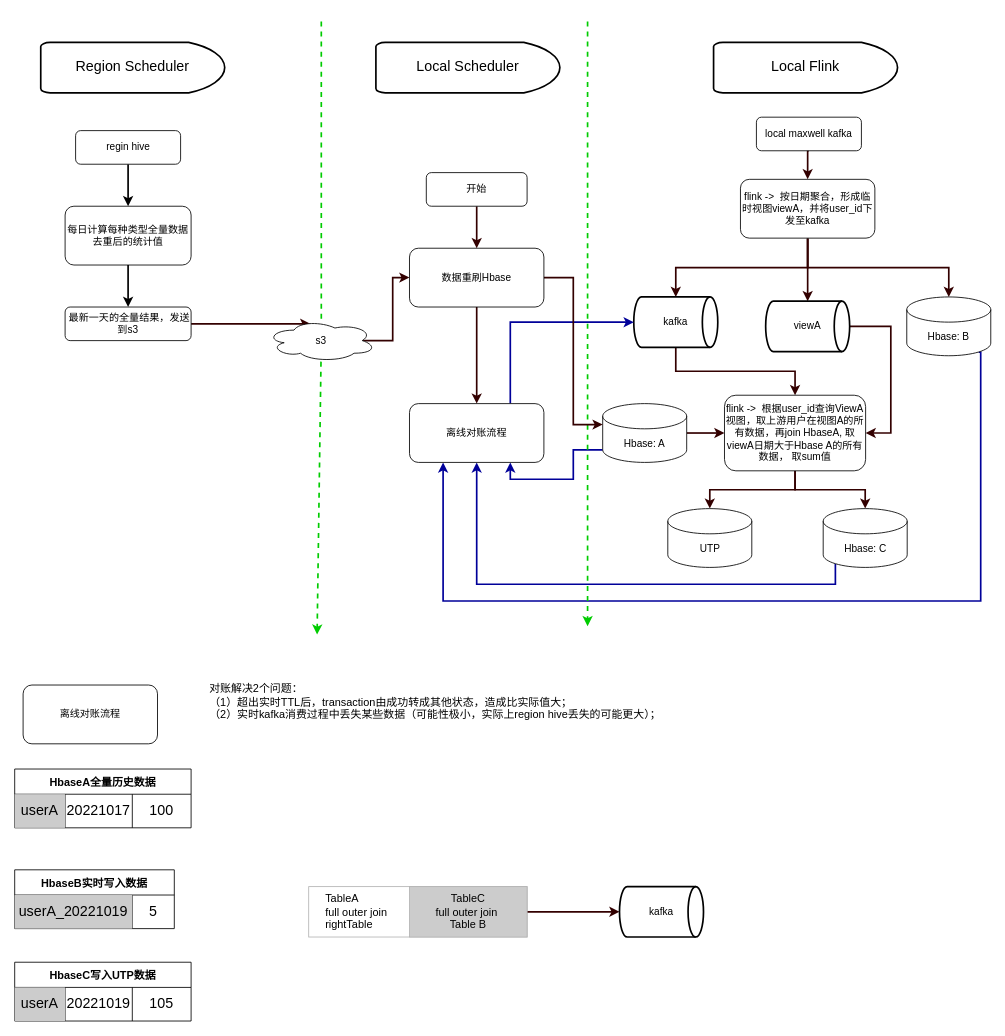
The draw.io diagram 未命名绘图.drawio in LadyTao/flink-study, before the edit. Source tidied: cells renumbered, new cells numbered last; positions are measured from the earlier drawing's top-left corner, leaving out a move shared by most shapes. Both pictures are drawn from the tidied source at 84%, with x=0, y=0 at pixel (14, 21).
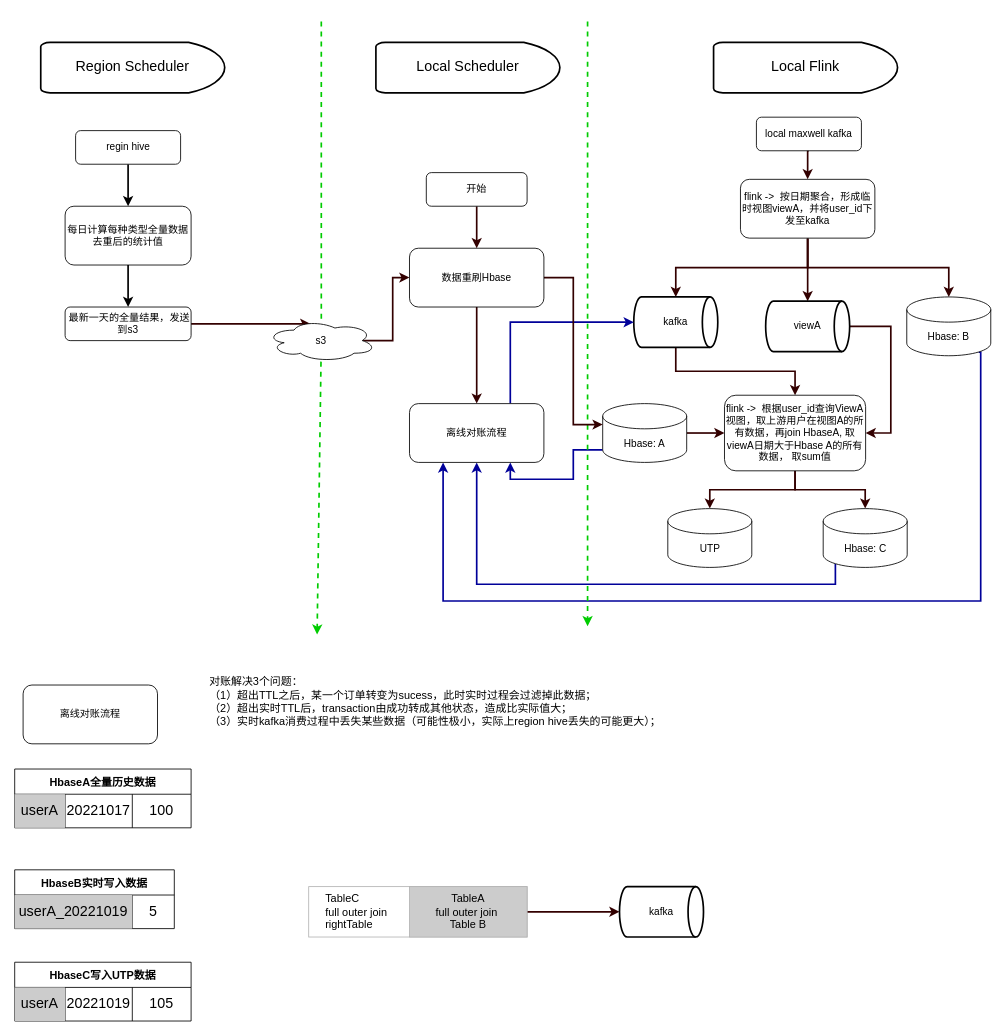
The same page after the edit.

Commit message:
更新未命名绘图.drawio

The edit, as a diff of the source:
```diff
@@
-    <mxCell id="2" value="&amp;nbsp; &amp;nbsp; &amp;nbsp;TableA&amp;nbsp;&lt;br&gt;&amp;nbsp; &amp;nbsp; &amp;nbsp;full outer join&amp;nbsp;&lt;br&gt;&amp;nbsp; &amp;nbsp; &amp;nbsp;rightTable" style="rounded=0;whiteSpace=wrap;html=1;strokeColor=#B3B3B3;fontSize=13;fillColor=default;align=left;" parent="1" vertex="1">
+    <mxCell id="2" value="&amp;nbsp; &amp;nbsp; &amp;nbsp;TableC&amp;nbsp;&lt;br&gt;&amp;nbsp; &amp;nbsp; &amp;nbsp;full outer join&amp;nbsp;&lt;br&gt;&amp;nbsp; &amp;nbsp; &amp;nbsp;rightTable" style="rounded=0;whiteSpace=wrap;html=1;strokeColor=#B3B3B3;fontSize=13;fillColor=default;align=left;" parent="1" vertex="1">
       <mxGeometry x="350" y="1030" width="260" height="60" as="geometry" />
     </mxCell>
@@
-    <mxCell id="60" value="对账解决2个问题：&lt;br&gt;（1）超出实时TTL后，transaction由成功转成其他状态，造成比实际值大；&lt;br&gt;（2）实时kafka消费过程中丢失某些数据（可能性极小，实际上region hive丢失的可能更大）；&lt;br&gt;" style="text;html=1;align=left;verticalAlign=middle;fillColor=none;strokeColor=none;rounded=0;fontSize=13;" parent="1" vertex="1">
-      <mxGeometry x="230" y="780" width="570" height="60" as="geometry" />
+    <mxCell id="60" value="对账解决3个问题：&lt;br&gt;（1）超出TTL之后，某一个订单转变为sucess，此时实时过程会过滤掉此数据；&lt;br&gt;（2）超出实时TTL后，transaction由成功转成其他状态，造成比实际值大；&lt;br&gt;（3）实时kafka消费过程中丢失某些数据（可能性极小，实际上region hive丢失的可能更大）；" style="text;html=1;align=left;verticalAlign=middle;fillColor=none;strokeColor=none;rounded=0;fontSize=13;" parent="1" vertex="1">
+      <mxGeometry x="230" y="770" width="570" height="80" as="geometry" />
     </mxCell>
@@
-    <mxCell id="62" value="TableC&lt;br&gt;full outer join&amp;nbsp;&lt;br&gt;Table B" style="rounded=0;whiteSpace=wrap;html=1;strokeColor=#B3B3B3;fontSize=13;fillColor=#CCCCCC;" parent="1" vertex="1">
+    <mxCell id="62" value="TableA&lt;br&gt;full outer join&amp;nbsp;&lt;br&gt;Table B" style="rounded=0;whiteSpace=wrap;html=1;strokeColor=#B3B3B3;fontSize=13;fillColor=#CCCCCC;" parent="1" vertex="1">
       <mxGeometry x="470" y="1030" width="140" height="60" as="geometry" />
     </mxCell>
```
